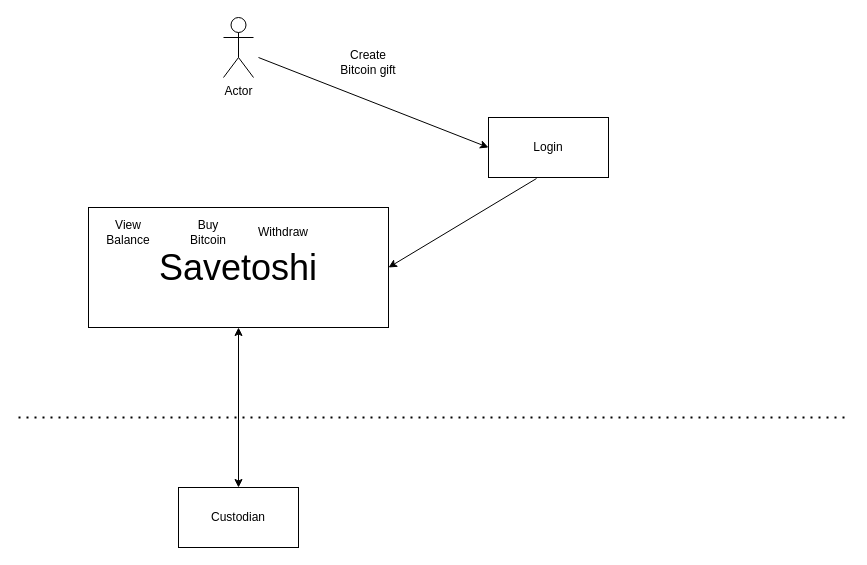
Above: SavetoshiSystemDiagram.drawio in mattwatts36/drawings (draw.io), before the change. Source tidied: cells renumbered, new cells numbered last; positions are measured from the earlier drawing's top-left corner, leaving out a move shared by most shapes. Both pictures are drawn from the tidied source at 100%, with x=0, y=0 at pixel (18, 17).
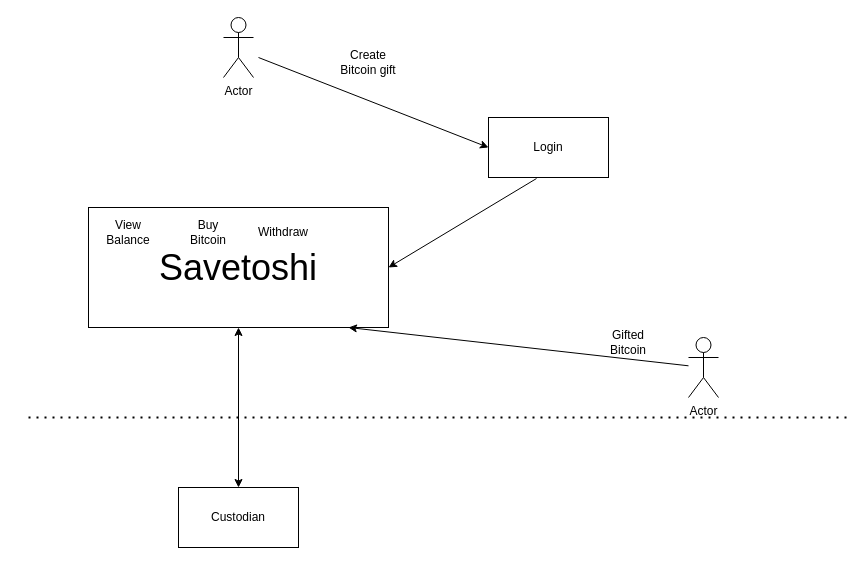
Above is the later version.

Diff of the diagram source:
```diff
@@
 <mxGraphModel>
   <root>
     <mxCell id="0" />
     <mxCell id="1" parent="0" />
     <mxCell id="2" value="Actor" style="shape=umlActor;verticalLabelPosition=bottom;verticalAlign=top;html=1;" parent="1" vertex="1">
       <mxGeometry x="205" width="30" height="60" as="geometry" />
     </mxCell>
     <mxCell id="3" value="&lt;font style=&quot;font-size: 36px;&quot;&gt;Savetoshi&lt;/font&gt;" style="rounded=0;whiteSpace=wrap;html=1;" parent="1" vertex="1">
       <mxGeometry x="70" y="190" width="300" height="120" as="geometry" />
     </mxCell>
     <mxCell id="4" value="Login" style="rounded=0;whiteSpace=wrap;html=1;" parent="1" vertex="1">
       <mxGeometry x="470" y="100" width="120" height="60" as="geometry" />
     </mxCell>
     <mxCell id="5" style="endArrow=classic;html=1;rounded=0;entryX=0;entryY=0.5;entryDx=0;entryDy=0;" parent="1" edge="1" target="4">
       <mxGeometry relative="1" as="geometry">
         <mxPoint x="240" y="40" as="sourcePoint" />
       </mxGeometry>
     </mxCell>
     <mxCell id="6" style="endArrow=classic;html=1;rounded=0;exitX=0.4;exitY=1.017;exitDx=0;exitDy=0;exitPerimeter=0;entryX=1;entryY=0.5;entryDx=0;entryDy=0;" parent="1" edge="1" source="4" target="3">
       <mxGeometry relative="1" as="geometry" />
     </mxCell>
     <mxCell id="7" value="Create Bitcoin gift" style="text;html=1;strokeColor=none;fillColor=none;align=center;verticalAlign=middle;whiteSpace=wrap;rounded=0;" parent="1" vertex="1">
       <mxGeometry x="320" y="30" width="60" height="30" as="geometry" />
     </mxCell>
     <mxCell id="8" value="Custodian" style="rounded=0;whiteSpace=wrap;html=1;" parent="1" vertex="1">
       <mxGeometry x="160" y="470" width="120" height="60" as="geometry" />
     </mxCell>
     <mxCell id="9" style="endArrow=none;dashed=1;html=1;dashPattern=1 3;strokeWidth=2;rounded=0;" parent="1" edge="1">
       <mxGeometry relative="1" as="geometry">
-        <mxPoint y="400" as="sourcePoint" />
+        <mxPoint x="10" y="400" as="sourcePoint" />
         <mxPoint x="830" y="400" as="targetPoint" />
       </mxGeometry>
     </mxCell>
     <mxCell id="10" value="View Balance" style="text;html=1;strokeColor=none;fillColor=none;align=center;verticalAlign=middle;whiteSpace=wrap;rounded=0;" parent="1" vertex="1">
       <mxGeometry x="80" y="200" width="60" height="30" as="geometry" />
     </mxCell>
     <mxCell id="11" value="Buy Bitcoin" style="text;html=1;strokeColor=none;fillColor=none;align=center;verticalAlign=middle;whiteSpace=wrap;rounded=0;" parent="1" vertex="1">
       <mxGeometry x="160" y="200" width="60" height="30" as="geometry" />
     </mxCell>
     <mxCell id="12" value="Withdraw" style="text;html=1;strokeColor=none;fillColor=none;align=center;verticalAlign=middle;whiteSpace=wrap;rounded=0;" parent="1" vertex="1">
       <mxGeometry x="235" y="200" width="60" height="30" as="geometry" />
     </mxCell>
     <mxCell id="13" style="endArrow=classic;startArrow=classic;html=1;rounded=0;exitX=0.5;exitY=0;exitDx=0;exitDy=0;entryX=0.5;entryY=1;entryDx=0;entryDy=0;" parent="1" edge="1" source="8" target="3">
       <mxGeometry relative="1" as="geometry" />
     </mxCell>
+    <mxCell id="14" value="Actor" style="shape=umlActor;verticalLabelPosition=bottom;verticalAlign=top;html=1;outlineConnect=0;" parent="1" vertex="1">
+      <mxGeometry x="670" y="320" width="30" height="60" as="geometry" />
+    </mxCell>
+    <mxCell id="15" style="endArrow=classic;html=1;rounded=0;" parent="1" edge="1" source="14">
+      <mxGeometry relative="1" as="geometry">
+        <mxPoint x="330" y="310" as="targetPoint" />
+      </mxGeometry>
+    </mxCell>
+    <mxCell id="16" value="Gifted Bitcoin" style="text;html=1;strokeColor=none;fillColor=none;align=center;verticalAlign=middle;whiteSpace=wrap;rounded=0;" parent="1" vertex="1">
+      <mxGeometry x="580" y="310" width="60" height="30" as="geometry" />
+    </mxCell>
   </root>
 </mxGraphModel>
```
